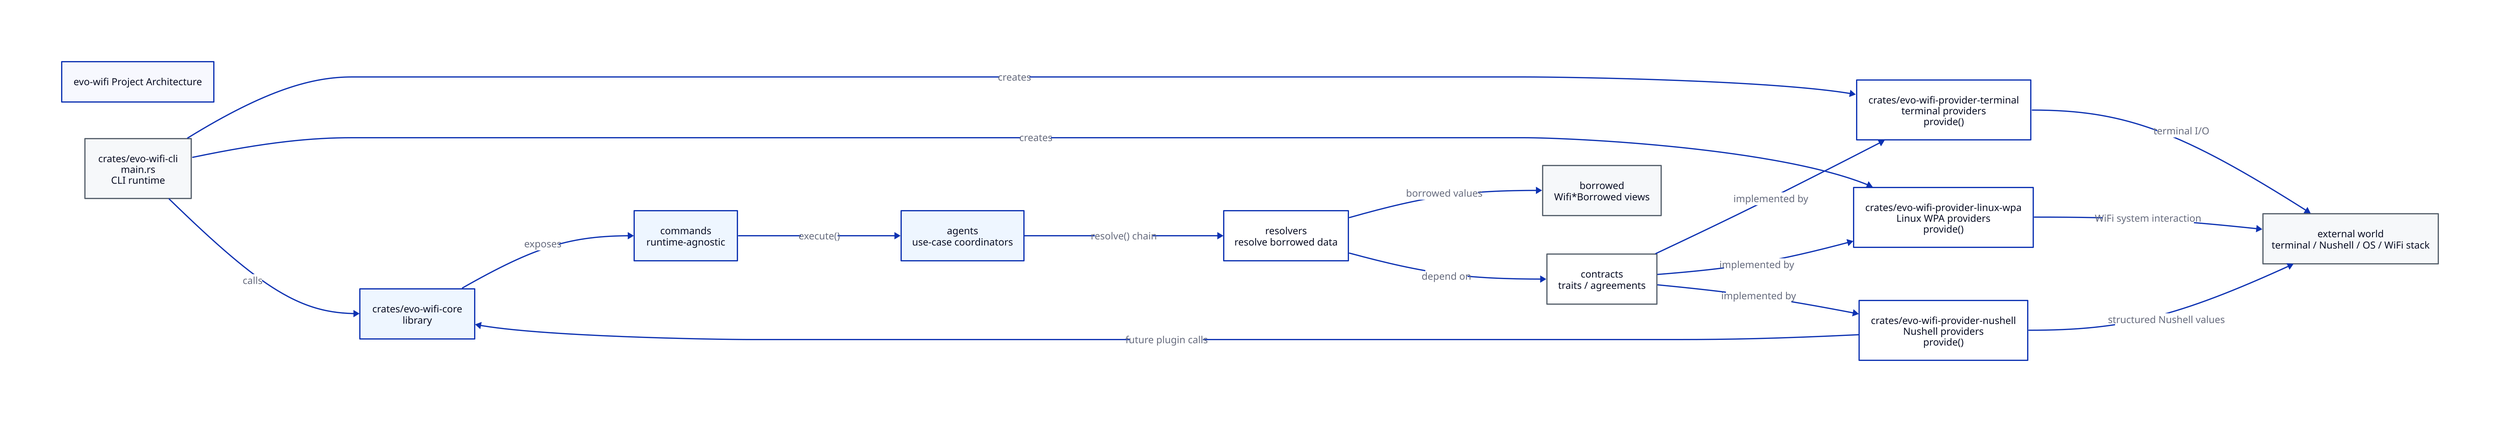
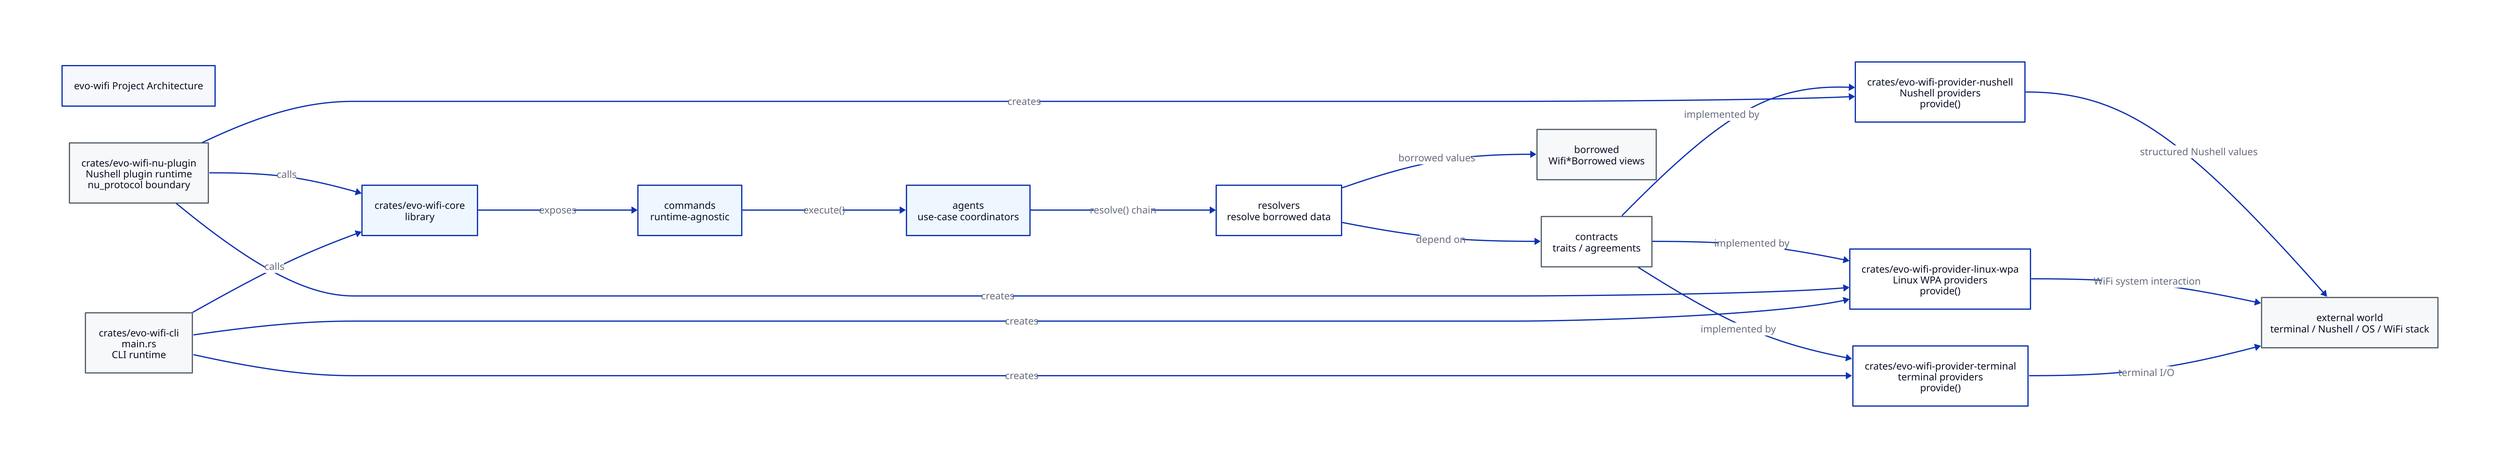
title: "evo-wifi Project Architecture"
direction: right

vars: {
  border: "#59636e"
  accent: "#0D32B2"
  soft: "#eef6ff"
  neutral: "#f6f8fa"
  white: "#ffffff"
}

cli: {
  label: "crates/evo-wifi-cli\nmain.rs\nCLI runtime"
+   style.fill: ${neutral}
+   style.stroke: ${border}
+ }
+ 
+ nu_plugin: {
+   label: "crates/evo-wifi-nu-plugin\nNushell plugin runtime\nnu_protocol boundary"
  style.fill: ${neutral}
  style.stroke: ${border}
}

provider_terminal: {
  label: "crates/evo-wifi-provider-terminal\nterminal providers\nprovide()"
  style.fill: ${white}
  style.stroke: ${accent}
}

provider_linux_wpa: {
  label: "crates/evo-wifi-provider-linux-wpa\nLinux WPA providers\nprovide()"
  style.fill: ${white}
  style.stroke: ${accent}
}

provider_nushell: {
  label: "crates/evo-wifi-provider-nushell\nNushell providers\nprovide()"
  style.fill: ${white}
  style.stroke: ${accent}
}

core: {
  label: "crates/evo-wifi-core\nlibrary"
  style.fill: ${soft}
  style.stroke: ${accent}
}

commands: {
  label: "commands\nruntime-agnostic"
  style.fill: ${soft}
  style.stroke: ${accent}
}

agents: {
  label: "agents\nuse-case coordinators"
  style.fill: ${soft}
  style.stroke: ${accent}
}

resolvers: {
  label: "resolvers\nresolve borrowed data"
  style.fill: ${white}
  style.stroke: ${accent}
}

contracts: {
  label: "contracts\ntraits / agreements"
  style.fill: ${white}
  style.stroke: ${border}
}

borrowed: {
  label: "borrowed\nWifi*Borrowed views"
  style.fill: ${neutral}
  style.stroke: ${border}
}

external: {
  label: "external world\nterminal / Nushell / OS / WiFi stack"
  style.fill: ${neutral}
  style.stroke: ${border}
}

cli -> provider_terminal: "creates"
cli -> provider_linux_wpa: "creates"
cli -> core: "calls"
- provider_nushell -> core: "future plugin calls"
+ nu_plugin -> provider_nushell: "creates"
+ nu_plugin -> provider_linux_wpa: "creates"
+ nu_plugin -> core: "calls"
core -> commands: "exposes"
commands -> agents: "execute()"
agents -> resolvers: "resolve() chain"
resolvers -> borrowed: "borrowed values"
resolvers -> contracts: "depend on"
contracts -> provider_terminal: "implemented by"
contracts -> provider_linux_wpa: "implemented by"
contracts -> provider_nushell: "implemented by"
provider_terminal -> external: "terminal I/O"
provider_linux_wpa -> external: "WiFi system interaction"
provider_nushell -> external: "structured Nushell values"
